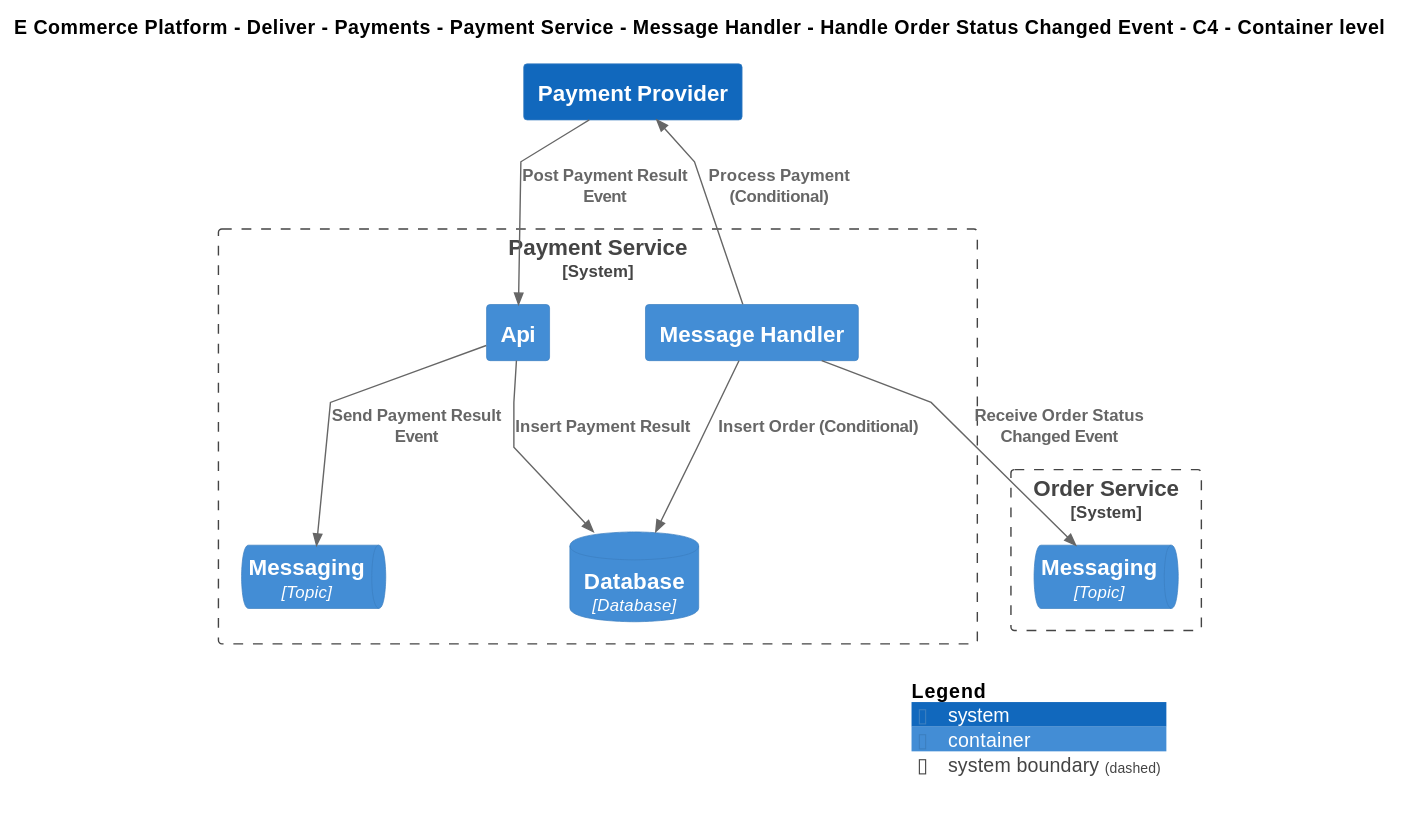
This is Samples/E-Commerce Platform/Yaml/Diagrams/E Commerce Platform/Deliver/Payments/Software Systems/Payment Service/Containers/Message Handler/Interfaces/Handle Order Status Changed Event/Container - C4.svg from mnadenysenko/C4InterFlow, a PlantUML export, as it was before one commit.
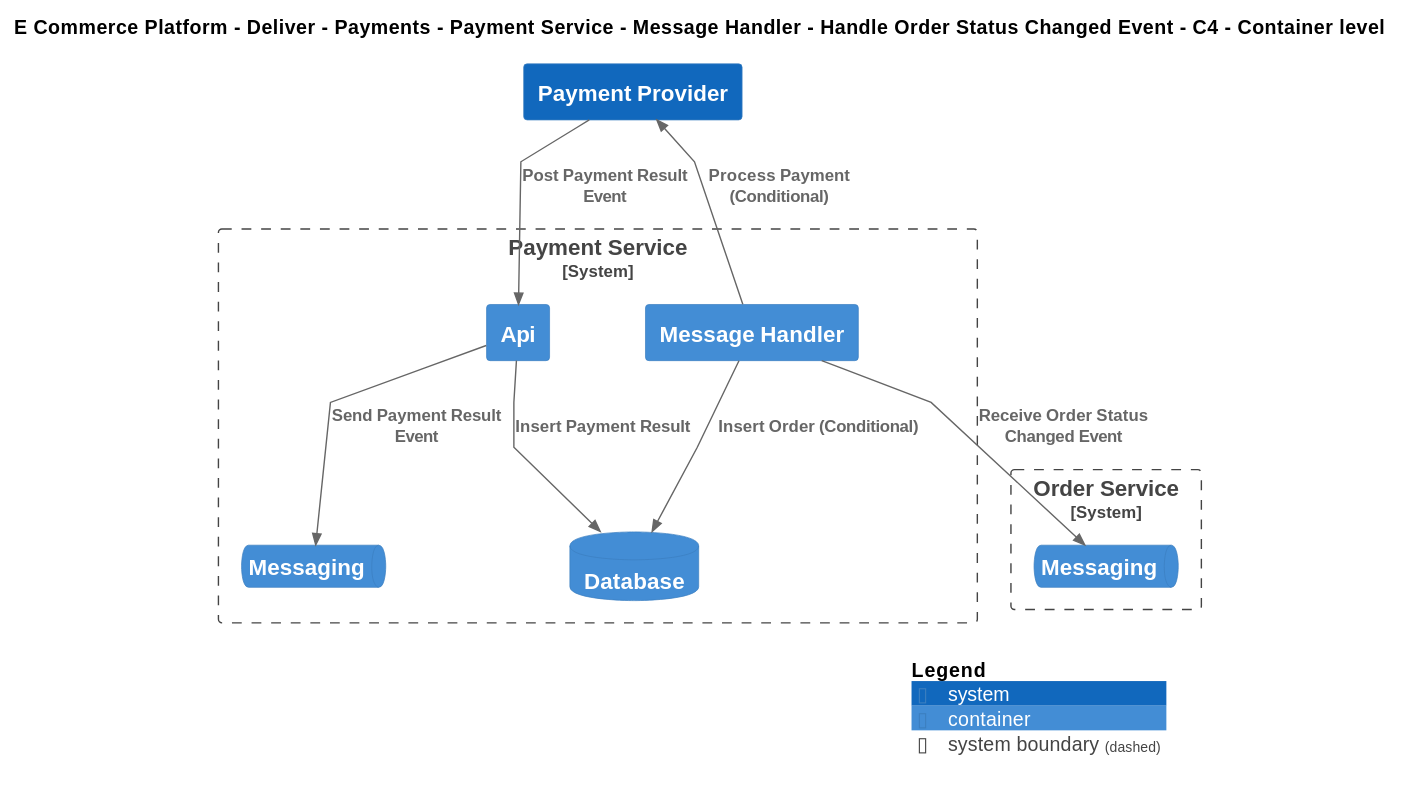
The same diagram one commit later.

What changed in the source:
```diff
@@ -19,13 +19,13 @@
 
 System_Boundary(ECommercePlatform.Deliver.Payments.SoftwareSystems.PaymentService, "Payment Service") {
     Container(ECommercePlatform.Deliver.Payments.SoftwareSystems.PaymentService.Containers.MessageHandler, "Message Handler", "", "")
-    ContainerDb(ECommercePlatform.Deliver.Payments.SoftwareSystems.PaymentService.Containers.Database, "Database", "Database", "")
+    ContainerDb(ECommercePlatform.Deliver.Payments.SoftwareSystems.PaymentService.Containers.Database, "Database", "", "")
     Container(ECommercePlatform.Deliver.Payments.SoftwareSystems.PaymentService.Containers.Api, "Api", "", "")
-    ContainerQueue(ECommercePlatform.Deliver.Payments.SoftwareSystems.PaymentService.Containers.Messaging, "Messaging", "Topic", "")
+    ContainerQueue(ECommercePlatform.Deliver.Payments.SoftwareSystems.PaymentService.Containers.Messaging, "Messaging", "", "")
 }
 
 System_Boundary(ECommercePlatform.GenerateDemand.OrderManagement.SoftwareSystems.OrderService, "Order Service") {
-    ContainerQueue(ECommercePlatform.GenerateDemand.OrderManagement.SoftwareSystems.OrderService.Containers.Messaging, "Messaging", "Topic", "")
+    ContainerQueue(ECommercePlatform.GenerateDemand.OrderManagement.SoftwareSystems.OrderService.Containers.Messaging, "Messaging", "", "")
 }
 System(ECommercePlatform.Deliver.Payments.SoftwareSystems.PaymentProvider, "Payment Provider", "")
 
```
